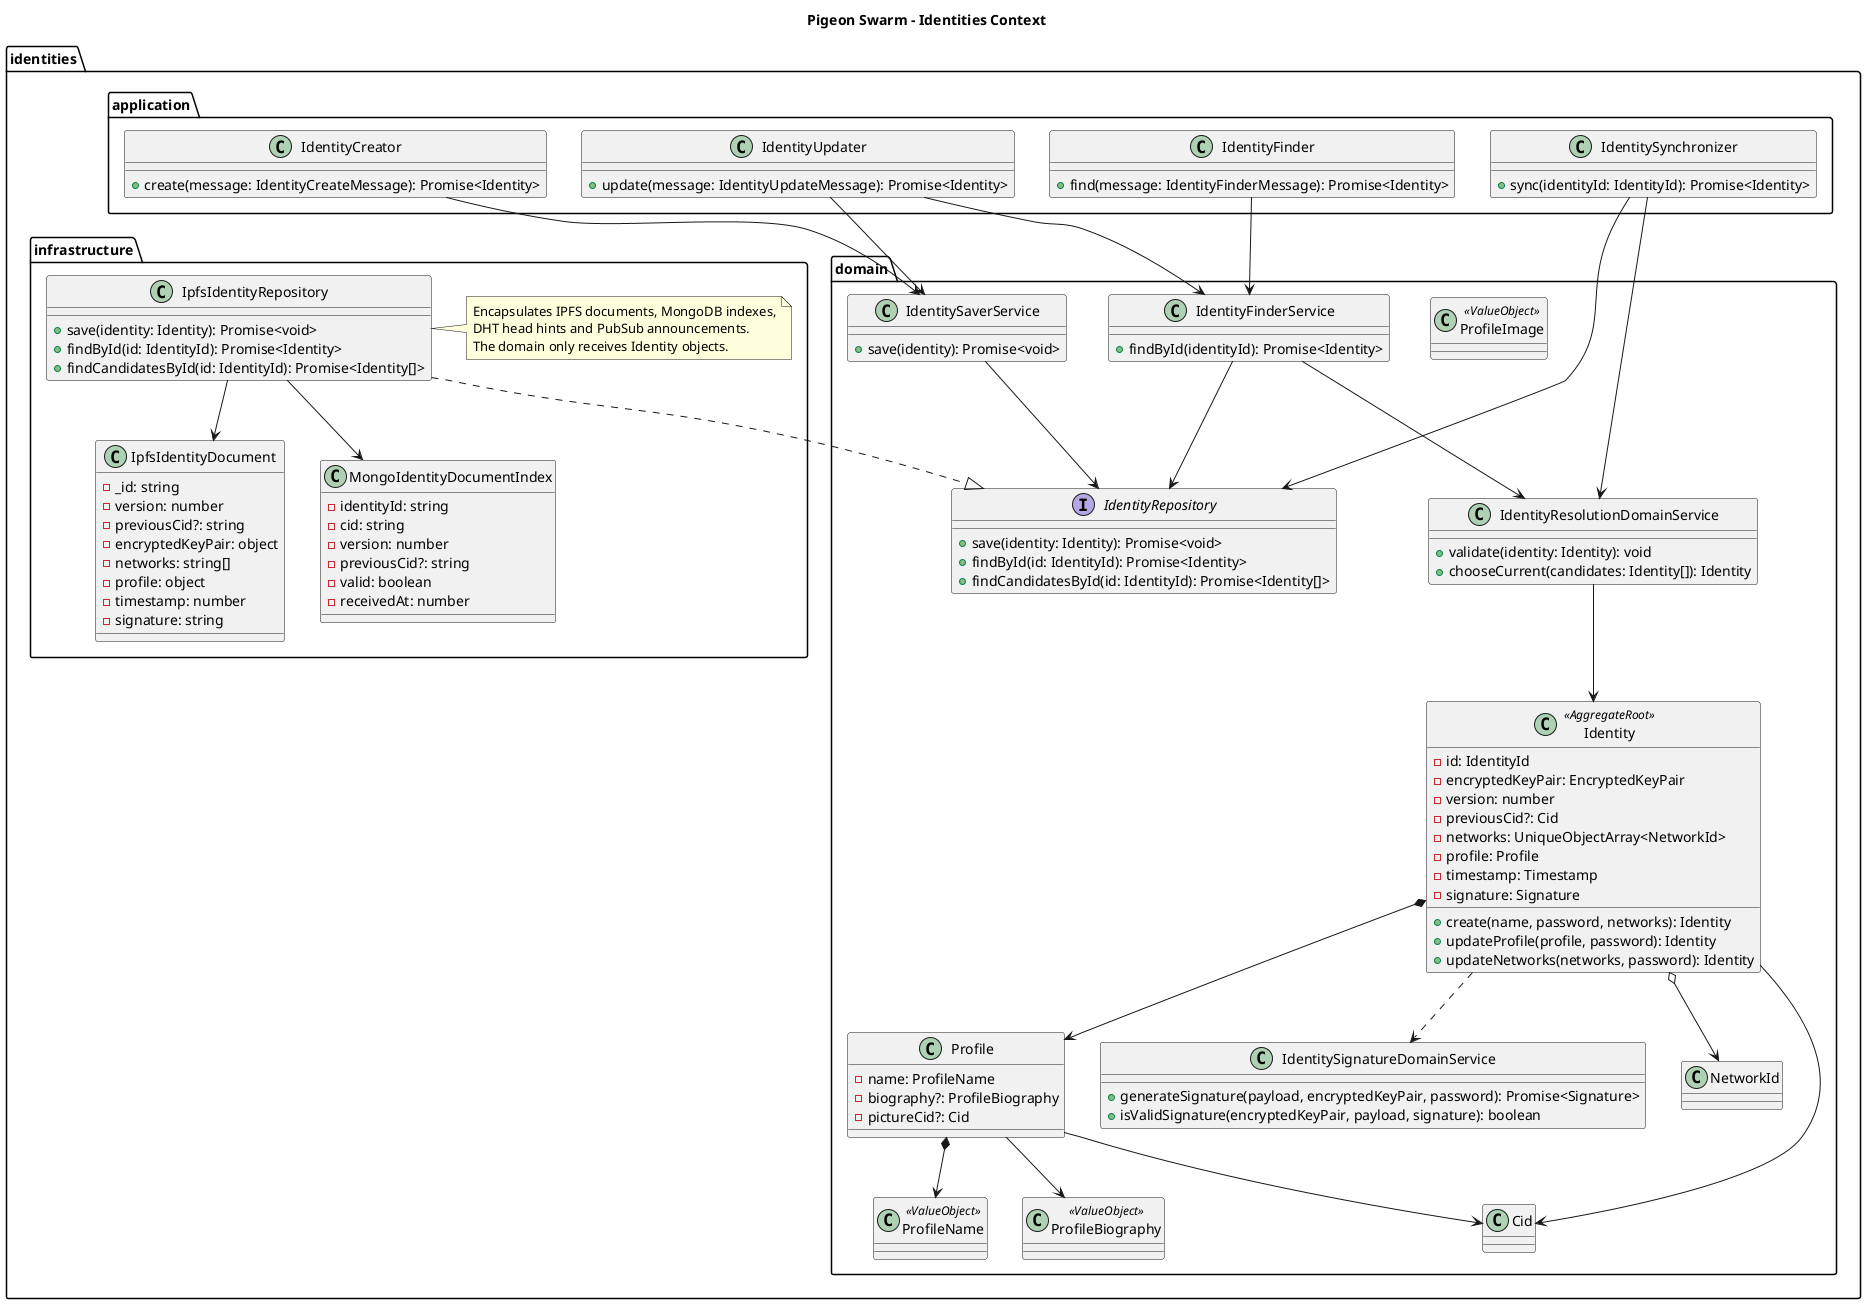
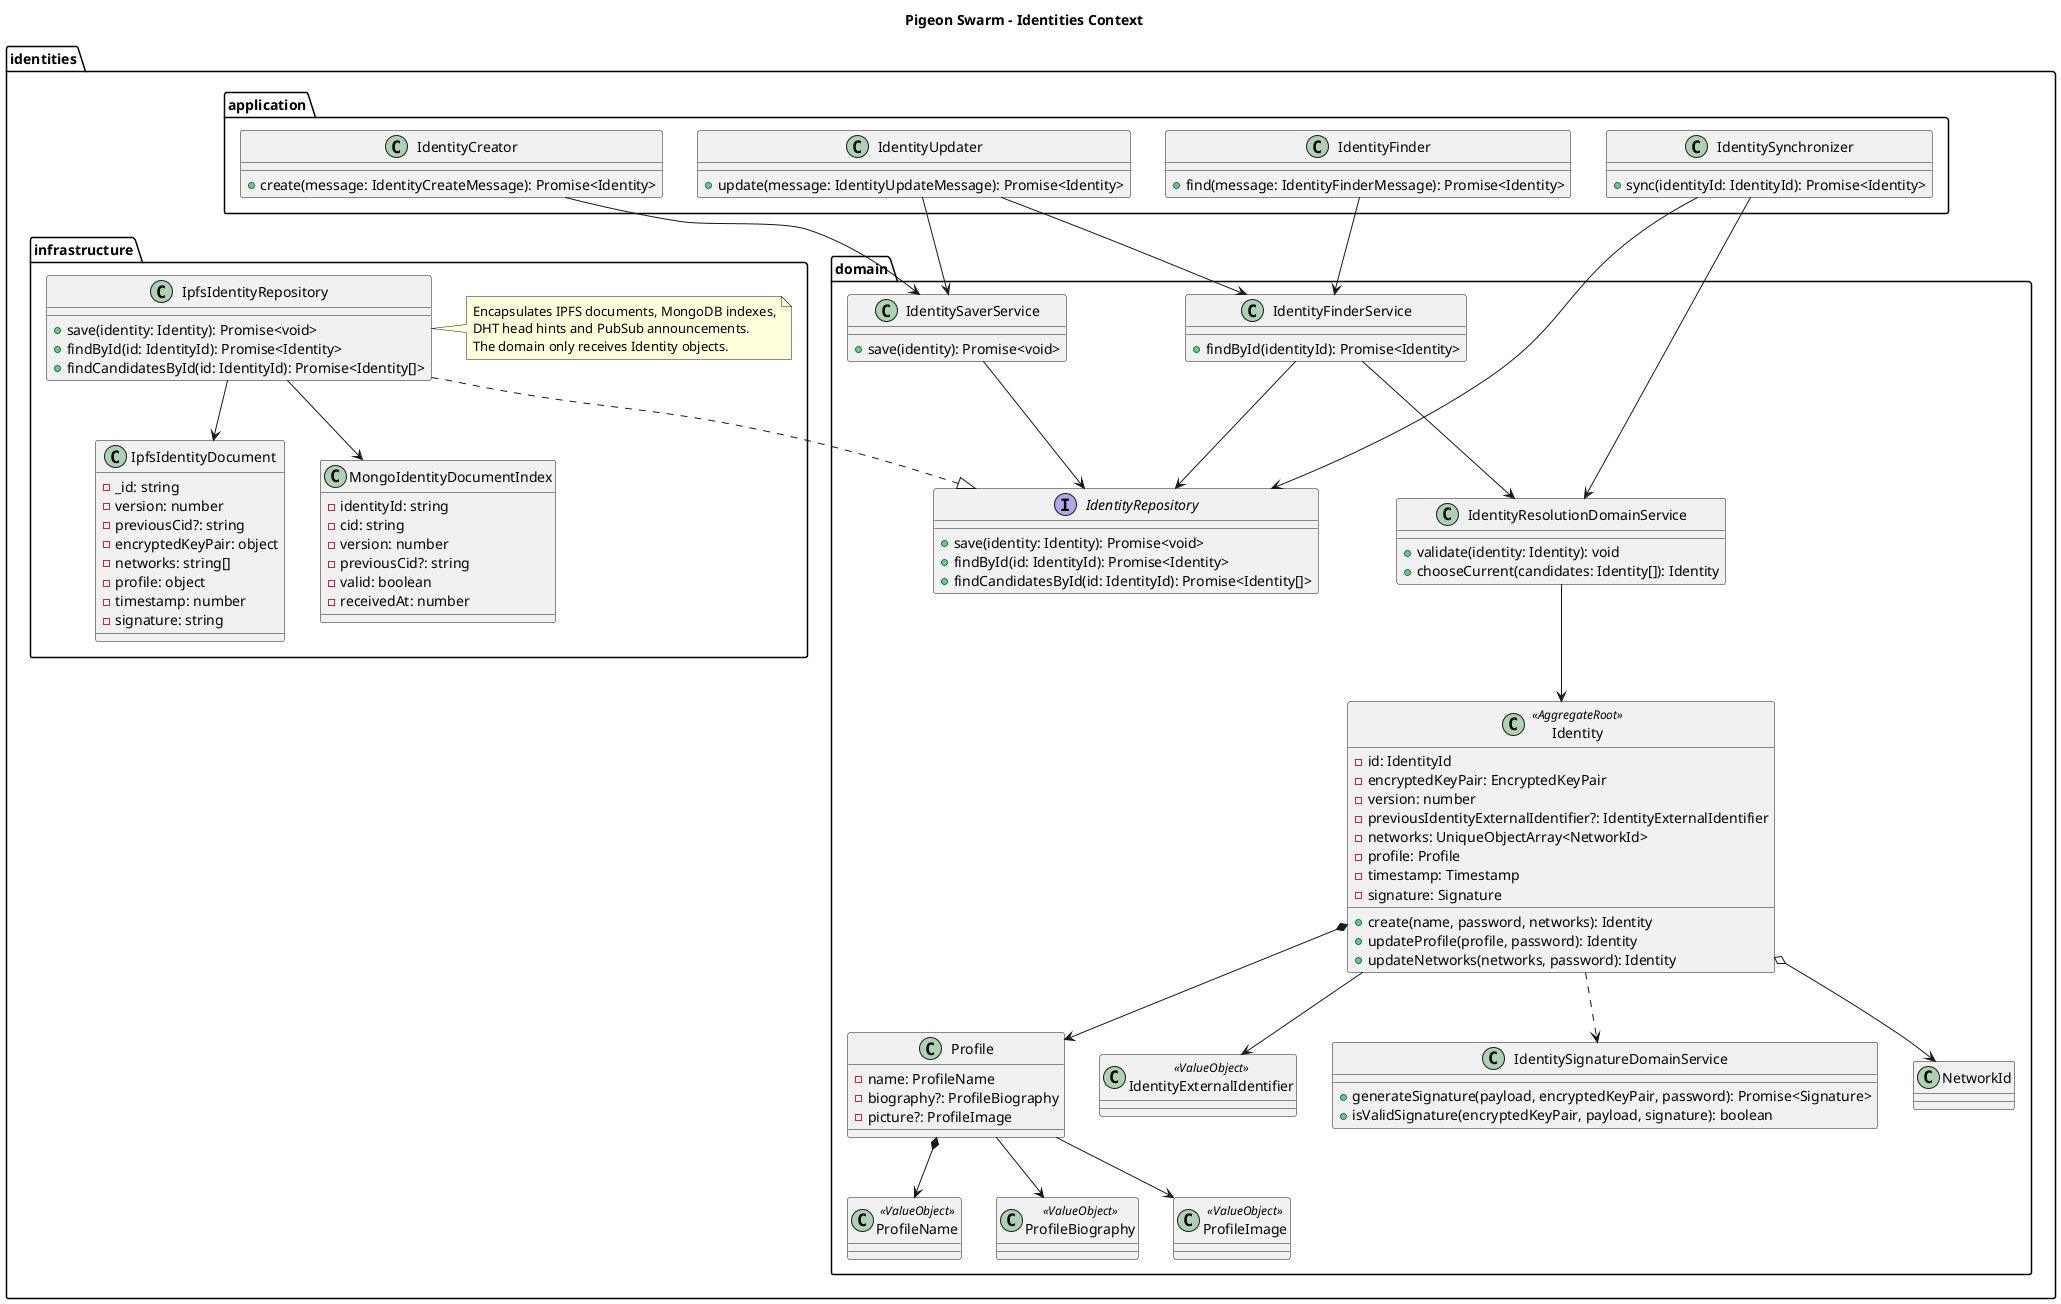
@startuml

title Pigeon Swarm - Identities Context

package "identities.domain" {
  class Identity <<AggregateRoot>> {
    -id: IdentityId
    -encryptedKeyPair: EncryptedKeyPair
    -version: number
-     -previousCid?: Cid
+     -previousIdentityExternalIdentifier?: IdentityExternalIdentifier
    -networks: UniqueObjectArray<NetworkId>
    -profile: Profile
    -timestamp: Timestamp
    -signature: Signature
    +create(name, password, networks): Identity
    +updateProfile(profile, password): Identity
    +updateNetworks(networks, password): Identity
  }

  class Profile {
    -name: ProfileName
    -biography?: ProfileBiography
-     -pictureCid?: Cid
+     -picture?: ProfileImage
  }

  class ProfileName <<ValueObject>>
  class ProfileBiography <<ValueObject>>
  class ProfileImage <<ValueObject>>
+   class IdentityExternalIdentifier <<ValueObject>>

  class IdentitySignatureDomainService {
    +generateSignature(payload, encryptedKeyPair, password): Promise<Signature>
    +isValidSignature(encryptedKeyPair, payload, signature): boolean
  }

  class IdentityResolutionDomainService {
    +validate(identity: Identity): void
    +chooseCurrent(candidates: Identity[]): Identity
  }

  interface IdentityRepository {
    +save(identity: Identity): Promise<void>
    +findById(id: IdentityId): Promise<Identity>
    +findCandidatesById(id: IdentityId): Promise<Identity[]>
  }

  class IdentitySaverService {
    +save(identity): Promise<void>
  }

  class IdentityFinderService {
    +findById(identityId): Promise<Identity>
  }

  Identity *--> Profile
  Identity o--> NetworkId
-   Identity --> Cid
+   Identity --> IdentityExternalIdentifier
  Profile *--> ProfileName
  Profile --> ProfileBiography
-   Profile --> Cid
+   Profile --> ProfileImage
  Identity ..> IdentitySignatureDomainService
  IdentityResolutionDomainService --> Identity
  IdentitySaverService --> IdentityRepository
  IdentityFinderService --> IdentityRepository
  IdentityFinderService --> IdentityResolutionDomainService
}

package "identities.application" {
  class IdentityCreator {
    +create(message: IdentityCreateMessage): Promise<Identity>
  }

  class IdentityUpdater {
    +update(message: IdentityUpdateMessage): Promise<Identity>
  }

  class IdentityFinder {
    +find(message: IdentityFinderMessage): Promise<Identity>
  }

  class IdentitySynchronizer {
    +sync(identityId: IdentityId): Promise<Identity>
  }

  IdentityCreator --> IdentitySaverService
  IdentityUpdater --> IdentityFinderService
  IdentityUpdater --> IdentitySaverService
  IdentityFinder --> IdentityFinderService
  IdentitySynchronizer --> IdentityRepository
  IdentitySynchronizer --> IdentityResolutionDomainService
}

package "identities.infrastructure" {
  class IpfsIdentityDocument {
    -_id: string
    -version: number
    -previousCid?: string
    -encryptedKeyPair: object
    -networks: string[]
    -profile: object
    -timestamp: number
    -signature: string
  }

  class MongoIdentityDocumentIndex {
    -identityId: string
    -cid: string
    -version: number
    -previousCid?: string
    -valid: boolean
    -receivedAt: number
  }

  class IpfsIdentityRepository {
    +save(identity: Identity): Promise<void>
    +findById(id: IdentityId): Promise<Identity>
    +findCandidatesById(id: IdentityId): Promise<Identity[]>
  }

  note right of IpfsIdentityRepository
    Encapsulates IPFS documents, MongoDB indexes,
    DHT head hints and PubSub announcements.
    The domain only receives Identity objects.
  end note

  IpfsIdentityRepository ..|> IdentityRepository
  IpfsIdentityRepository --> IpfsIdentityDocument
  IpfsIdentityRepository --> MongoIdentityDocumentIndex
}

@enduml
